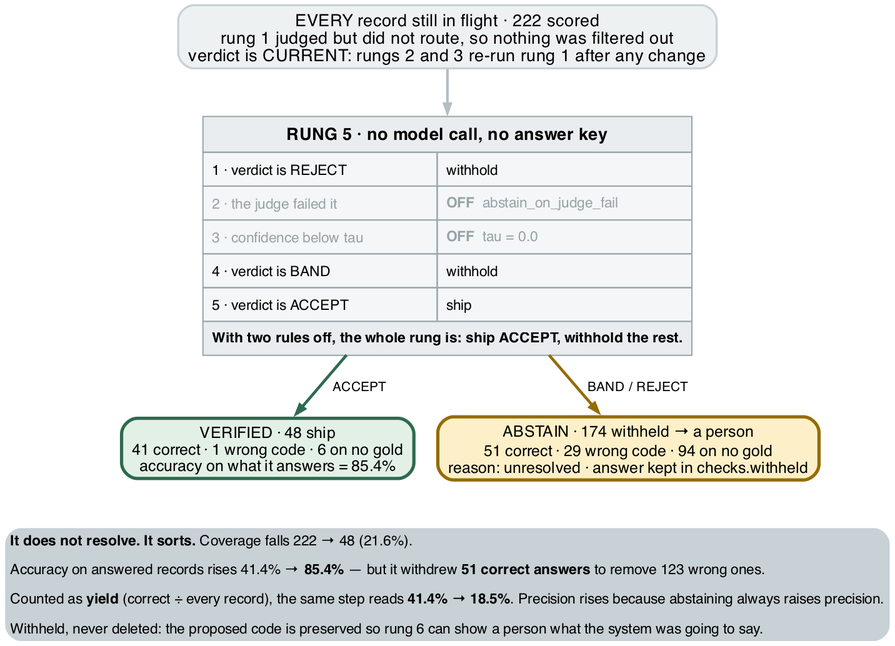
Above: docs/figures/fig19-rung5.png in wbagais/reliability-ladder (Graphviz), before the change. Its source is kept beside it as docs/figures/fig19-rung5.dot. The source it was exported from:
```dot
digraph rung5 {
  rankdir=TB; bgcolor="white";
  node [shape=box style="filled,rounded" fontname="Helvetica" fontsize=12
        color="#c8d1d5" penwidth=1.2];
  edge [color="#b3bec3" penwidth=1.5 arrowsize=0.7 fontname="Helvetica" fontsize=10];

  in [label="EVERY record still in flight · 222 scored\nrung 1 judged but did not route, so nothing was filtered out\nverdict is CURRENT: rungs 2 and 3 re-run rung 1 after any change"
      fillcolor="#eef1f2" fontsize=13 penwidth=1.6];

  rule [shape=none margin=0 label=<
    <TABLE BORDER="0" CELLBORDER="1" CELLSPACING="0" CELLPADDING="6" BGCOLOR="#f4f6f7" COLOR="#9aa7ad">
      <TR><TD COLSPAN="2" BGCOLOR="#e9edef"><FONT POINT-SIZE="13"><B>RUNG 5 · no model call, no answer key</B></FONT></TD></TR>
      <TR><TD ALIGN="LEFT"><FONT POINT-SIZE="11">1 · verdict is REJECT</FONT></TD>
          <TD ALIGN="LEFT"><FONT POINT-SIZE="11">withhold</FONT></TD></TR>
      <TR><TD ALIGN="LEFT"><FONT POINT-SIZE="11" COLOR="#98a3a8">2 · the judge failed it</FONT></TD>
          <TD ALIGN="LEFT"><FONT POINT-SIZE="11" COLOR="#98a3a8"><B>OFF</B>  abstain_on_judge_fail</FONT></TD></TR>
      <TR><TD ALIGN="LEFT"><FONT POINT-SIZE="11" COLOR="#98a3a8">3 · confidence below tau</FONT></TD>
          <TD ALIGN="LEFT"><FONT POINT-SIZE="11" COLOR="#98a3a8"><B>OFF</B>  tau = 0.0</FONT></TD></TR>
      <TR><TD ALIGN="LEFT"><FONT POINT-SIZE="11">4 · verdict is BAND</FONT></TD>
          <TD ALIGN="LEFT"><FONT POINT-SIZE="11">withhold</FONT></TD></TR>
      <TR><TD ALIGN="LEFT"><FONT POINT-SIZE="11">5 · verdict is ACCEPT</FONT></TD>
          <TD ALIGN="LEFT"><FONT POINT-SIZE="11">ship</FONT></TD></TR>
      <TR><TD COLSPAN="2" BGCOLOR="#e9edef" ALIGN="LEFT"><FONT POINT-SIZE="11"><B>With two rules off, the whole rung is: ship ACCEPT, withhold the rest.</B></FONT></TD></TR>
    </TABLE>>];

  ship [label="VERIFIED · 48 ship\n41 correct · 1 wrong code · 6 on no gold\naccuracy on what it answers = 85.4%"
        fillcolor="#e3f0e6" color="#2d6a4f" penwidth=2.5];

  hold [label="ABSTAIN · 174 withheld → a person\n51 correct · 29 wrong code · 94 on no gold\nreason: unresolved · answer kept in checks.withheld"
        fillcolor="#fdf0c8" color="#946c00" penwidth=2.5];

  note [shape=none margin=0 label=<
    <TABLE BORDER="0" CELLBORDER="0" CELLSPACING="0" CELLPADDING="4">
      <TR><TD ALIGN="LEFT"><FONT POINT-SIZE="11"><B>It does not resolve. It sorts.</B> Coverage falls 222 → 48 (21.6%).</FONT></TD></TR>
      <TR><TD ALIGN="LEFT"><FONT POINT-SIZE="11">Accuracy on answered records rises 41.4% → <B>85.4%</B> — but it withdrew <B>51 correct answers</B> to remove 123 wrong ones.</FONT></TD></TR>
      <TR><TD ALIGN="LEFT"><FONT POINT-SIZE="11">Counted as <B>yield</B> (correct ÷ every record), the same step reads <B>41.4% → 18.5%</B>. Precision rises because abstaining always raises precision.</FONT></TD></TR>
      <TR><TD ALIGN="LEFT"><FONT POINT-SIZE="11">Withheld, never deleted: the proposed code is preserved so rung 6 can show a person what the system was going to say.</FONT></TD></TR>
    </TABLE>>];

  in -> rule [penwidth=2];
  rule -> ship [label="  ACCEPT " color="#2d6a4f" penwidth=2.2];
  rule -> hold [label="  BAND / REJECT " color="#946c00" penwidth=2.2];
  ship -> note [style=invis];
  hold -> note [style=invis];
  {rank=same; ship; hold;}
}
```
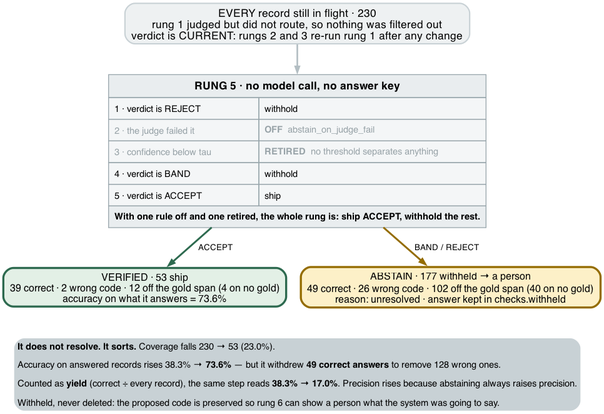
The same diagram one commit later.

Change to the diagram source:
```diff
@@ -4,7 +4,7 @@
         color="#c8d1d5" penwidth=1.2];
   edge [color="#b3bec3" penwidth=1.5 arrowsize=0.7 fontname="Helvetica" fontsize=10];
 
-  in [label="EVERY record still in flight · 222 scored\nrung 1 judged but did not route, so nothing was filtered out\nverdict is CURRENT: rungs 2 and 3 re-run rung 1 after any change"
+  in [label="EVERY record still in flight · 230\nrung 1 judged but did not route, so nothing was filtered out\nverdict is CURRENT: rungs 2 and 3 re-run rung 1 after any change"
       fillcolor="#eef1f2" fontsize=13 penwidth=1.6];
 
   rule [shape=none margin=0 label=<
@@ -15,25 +15,25 @@
       <TR><TD ALIGN="LEFT"><FONT POINT-SIZE="11" COLOR="#98a3a8">2 · the judge failed it</FONT></TD>
           <TD ALIGN="LEFT"><FONT POINT-SIZE="11" COLOR="#98a3a8"><B>OFF</B>  abstain_on_judge_fail</FONT></TD></TR>
       <TR><TD ALIGN="LEFT"><FONT POINT-SIZE="11" COLOR="#98a3a8">3 · confidence below tau</FONT></TD>
-          <TD ALIGN="LEFT"><FONT POINT-SIZE="11" COLOR="#98a3a8"><B>OFF</B>  tau = 0.0</FONT></TD></TR>
+          <TD ALIGN="LEFT"><FONT POINT-SIZE="11" COLOR="#98a3a8"><B>RETIRED</B>  no threshold separates anything</FONT></TD></TR>
       <TR><TD ALIGN="LEFT"><FONT POINT-SIZE="11">4 · verdict is BAND</FONT></TD>
           <TD ALIGN="LEFT"><FONT POINT-SIZE="11">withhold</FONT></TD></TR>
       <TR><TD ALIGN="LEFT"><FONT POINT-SIZE="11">5 · verdict is ACCEPT</FONT></TD>
           <TD ALIGN="LEFT"><FONT POINT-SIZE="11">ship</FONT></TD></TR>
-      <TR><TD COLSPAN="2" BGCOLOR="#e9edef" ALIGN="LEFT"><FONT POINT-SIZE="11"><B>With two rules off, the whole rung is: ship ACCEPT, withhold the rest.</B></FONT></TD></TR>
+      <TR><TD COLSPAN="2" BGCOLOR="#e9edef" ALIGN="LEFT"><FONT POINT-SIZE="11"><B>With one rule off and one retired, the whole rung is: ship ACCEPT, withhold the rest.</B></FONT></TD></TR>
     </TABLE>>];
 
-  ship [label="VERIFIED · 48 ship\n41 correct · 1 wrong code · 6 on no gold\naccuracy on what it answers = 85.4%"
+  ship [label="VERIFIED · 53 ship\n39 correct · 2 wrong code · 12 off the gold span (4 on no gold)\naccuracy on what it answers = 73.6%"
         fillcolor="#e3f0e6" color="#2d6a4f" penwidth=2.5];
 
-  hold [label="ABSTAIN · 174 withheld → a person\n51 correct · 29 wrong code · 94 on no gold\nreason: unresolved · answer kept in checks.withheld"
+  hold [label="ABSTAIN · 177 withheld → a person\n49 correct · 26 wrong code · 102 off the gold span (40 on no gold)\nreason: unresolved · answer kept in checks.withheld"
         fillcolor="#fdf0c8" color="#946c00" penwidth=2.5];
 
   note [shape=none margin=0 label=<
     <TABLE BORDER="0" CELLBORDER="0" CELLSPACING="0" CELLPADDING="4">
-      <TR><TD ALIGN="LEFT"><FONT POINT-SIZE="11"><B>It does not resolve. It sorts.</B> Coverage falls 222 → 48 (21.6%).</FONT></TD></TR>
-      <TR><TD ALIGN="LEFT"><FONT POINT-SIZE="11">Accuracy on answered records rises 41.4% → <B>85.4%</B> — but it withdrew <B>51 correct answers</B> to remove 123 wrong ones.</FONT></TD></TR>
-      <TR><TD ALIGN="LEFT"><FONT POINT-SIZE="11">Counted as <B>yield</B> (correct ÷ every record), the same step reads <B>41.4% → 18.5%</B>. Precision rises because abstaining always raises precision.</FONT></TD></TR>
+      <TR><TD ALIGN="LEFT"><FONT POINT-SIZE="11"><B>It does not resolve. It sorts.</B> Coverage falls 230 → 53 (23.0%).</FONT></TD></TR>
+      <TR><TD ALIGN="LEFT"><FONT POINT-SIZE="11">Accuracy on answered records rises 38.3% → <B>73.6%</B> — but it withdrew <B>49 correct answers</B> to remove 128 wrong ones.</FONT></TD></TR>
+      <TR><TD ALIGN="LEFT"><FONT POINT-SIZE="11">Counted as <B>yield</B> (correct ÷ every record), the same step reads <B>38.3% → 17.0%</B>. Precision rises because abstaining always raises precision.</FONT></TD></TR>
       <TR><TD ALIGN="LEFT"><FONT POINT-SIZE="11">Withheld, never deleted: the proposed code is preserved so rung 6 can show a person what the system was going to say.</FONT></TD></TR>
     </TABLE>>];
 
```
